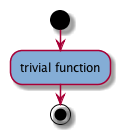
Earlier version of the PlantUML export EXAMPLE/flowdoc/aux_files/cCVINCIAPARENTFshower.png (jlopezvi/Flowgen).
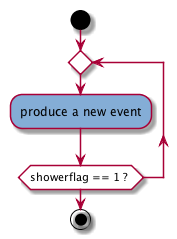
The same diagram one commit later.

Change to the diagram source:
```diff
@@ -2,7 +2,11 @@
 
 start
  skinparam activityBackgroundColor #white
-:#84add6:trivial function;
+
+repeat
+   :#84add6:produce a new event;
+repeat while (showerflag == 1 ? )
+
 
 stop
 
```
